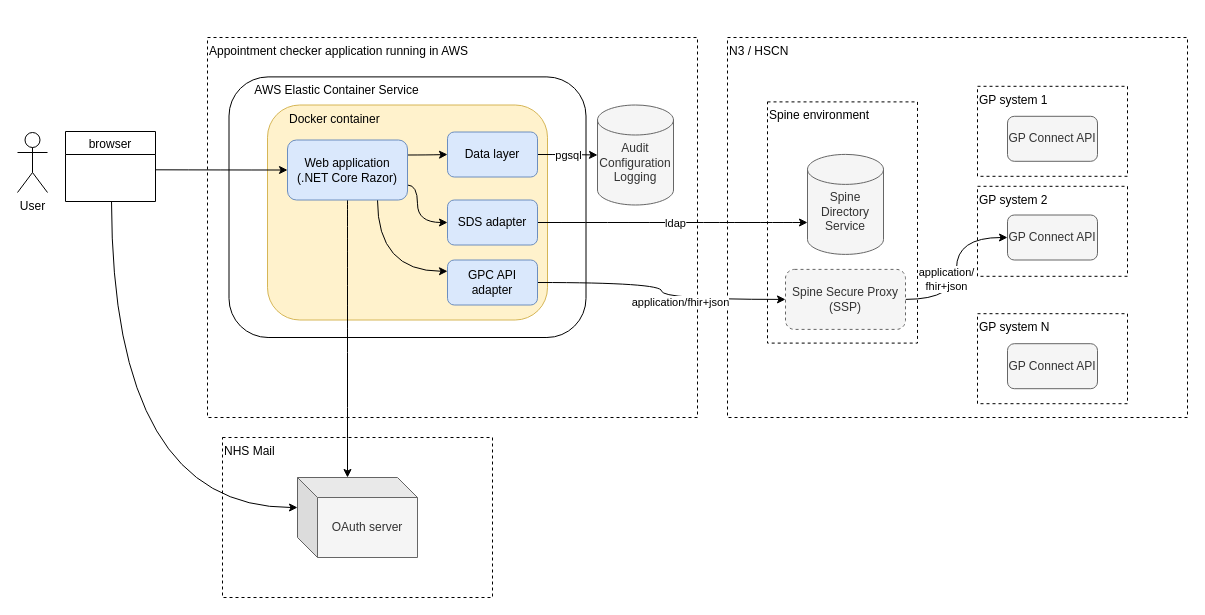
This is documentation/gpc-appointment-checker-high-level-architecture.drawio from nhsconnect/gpconnect-appointment-checker, a draw.io file, before an edit. Source tidied: cells renumbered, new cells numbered last; positions are measured from the earlier drawing's top-left corner, leaving out a move shared by most shapes. Both pictures are drawn from the tidied source at 100%, with x=0, y=0 at pixel (17, 37).
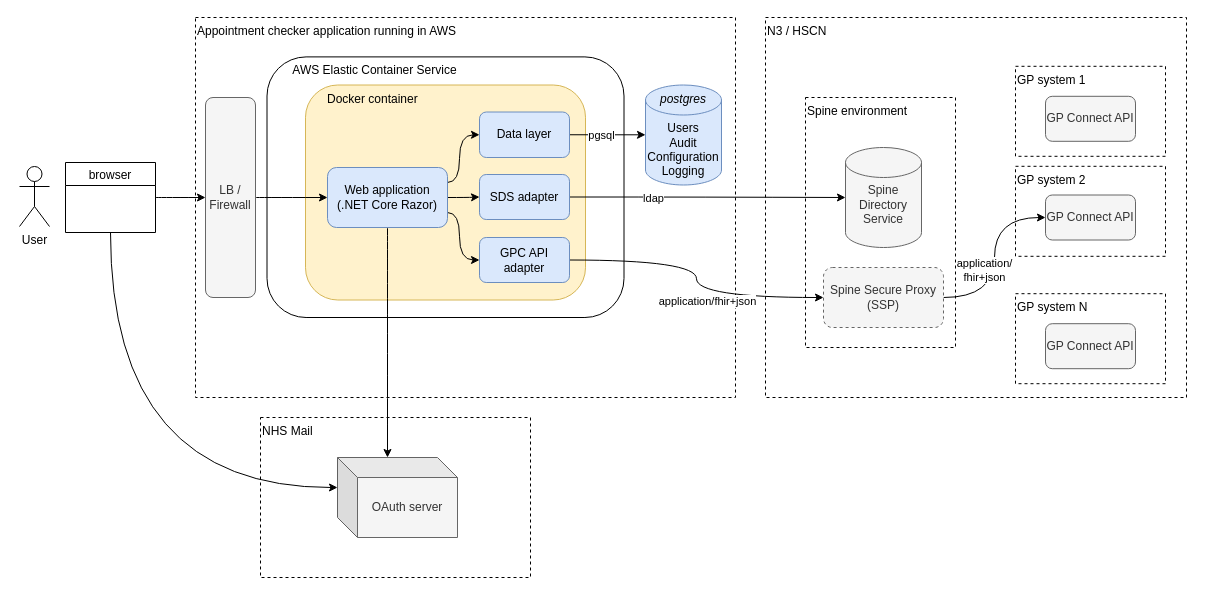
The same diagram, later.

Commit message (it also covers changes not shown here):
Update high level architecture

The change refers to these unchanged cells:
```xml
<mxCell id="25" value="&lt;br&gt;Spine Directory Service" style="shape=cylinder2;whiteSpace=wrap;html=1;boundedLbl=1;backgroundOutline=1;size=15;align=center;fillColor=#f5f5f5;strokeColor=#666666;fontColor=#333333;" parent="24" vertex="1">
  <mxGeometry width="76" height="100" as="geometry" />
</mxCell>
```

Diff of the diagram source:
```diff
@@
+    <mxCell id="38" value="&amp;nbsp; &amp;nbsp; &amp;nbsp; &amp;nbsp;AWS Elastic Container Service" style="rounded=1;whiteSpace=wrap;html=1;fillColor=none;verticalAlign=top;align=left;" parent="1" vertex="1">
+      <mxGeometry x="249.5" y="19.4" width="357" height="260.6" as="geometry" />
+    </mxCell>
     <mxCell id="2" value="Appointment checker application running in AWS" style="rounded=0;whiteSpace=wrap;html=1;verticalAlign=top;align=left;dashed=1;fillColor=none;" parent="1" vertex="1">
-      <mxGeometry x="190" width="490" height="380" as="geometry" />
+      <mxGeometry x="178" y="-20" width="540" height="380" as="geometry" />
     </mxCell>
     <mxCell id="3" value="N3 / HSCN" style="rounded=0;whiteSpace=wrap;html=1;verticalAlign=top;align=left;dashed=1;fillColor=none;" parent="1" vertex="1">
-      <mxGeometry x="710" width="460" height="380" as="geometry" />
+      <mxGeometry x="748" y="-20" width="421" height="380" as="geometry" />
     </mxCell>
     <mxCell id="4" value="&amp;nbsp; &amp;nbsp; &amp;nbsp; Docker container" style="rounded=1;whiteSpace=wrap;html=1;align=left;verticalAlign=top;fillColor=#fff2cc;strokeColor=#d6b656;" parent="1" vertex="1">
-      <mxGeometry x="250" y="67.5" width="280" height="215" as="geometry" />
+      <mxGeometry x="288" y="47.5" width="280" height="215" as="geometry" />
     </mxCell>
-    <mxCell id="5" style="edgeStyle=orthogonalEdgeStyle;curved=1;jettySize=auto;html=1;exitX=0;exitY=0.5;exitDx=0;exitDy=0;endArrow=none;endFill=0;strokeColor=#000000;startArrow=classic;startFill=1;" parent="1" edge="1" source="10">
-      <mxGeometry relative="1" as="geometry">
-        <mxPoint x="138" y="132.3" as="targetPoint" />
-      </mxGeometry>
-    </mxCell>
@@
+    <mxCell id="9" style="edgeStyle=orthogonalEdgeStyle;curved=1;jettySize=auto;html=1;exitX=1;exitY=0.25;exitDx=0;exitDy=0;entryX=0;entryY=0.5;entryDx=0;entryDy=0;" parent="1" edge="1" source="10" target="13">
+      <mxGeometry relative="1" as="geometry">
+        <Array as="points">
+          <mxPoint x="442" y="145" />
+          <mxPoint x="442" y="97" />
+        </Array>
+      </mxGeometry>
+    </mxCell>
+    <mxCell id="8" style="edgeStyle=orthogonalEdgeStyle;curved=1;jettySize=auto;html=1;exitX=1;exitY=0.5;exitDx=0;exitDy=0;" parent="1" edge="1" source="10" target="16">
+      <mxGeometry relative="1" as="geometry" />
+    </mxCell>
-    <mxCell id="7" style="edgeStyle=orthogonalEdgeStyle;curved=1;jettySize=auto;html=1;exitX=0.75;exitY=1;exitDx=0;exitDy=0;entryX=0;entryY=0.25;entryDx=0;entryDy=0;startArrow=none;startFill=0;endArrow=classic;endFill=1;strokeColor=#000000;" parent="1" edge="1" source="10" target="19">
-      <mxGeometry relative="1" as="geometry" />
+    <mxCell id="7" style="edgeStyle=orthogonalEdgeStyle;curved=1;jettySize=auto;html=1;exitX=1;exitY=0.75;exitDx=0;exitDy=0;entryX=0;entryY=0.5;entryDx=0;entryDy=0;" parent="1" edge="1" source="10" target="19">
+      <mxGeometry relative="1" as="geometry">
+        <Array as="points">
+          <mxPoint x="442" y="175" />
+          <mxPoint x="442" y="223" />
+        </Array>
+      </mxGeometry>
     </mxCell>
-    <mxCell id="8" style="edgeStyle=orthogonalEdgeStyle;curved=1;jettySize=auto;html=1;exitX=1;exitY=0.75;exitDx=0;exitDy=0;startArrow=none;startFill=0;endArrow=classic;endFill=1;strokeColor=#000000;" parent="1" edge="1" source="10" target="16">
-      <mxGeometry relative="1" as="geometry">
-        <Array as="points">
-          <mxPoint x="400" y="148" />
-          <mxPoint x="400" y="185" />
-        </Array>
-      </mxGeometry>
-    </mxCell>
-    <mxCell id="9" style="edgeStyle=orthogonalEdgeStyle;curved=1;jettySize=auto;html=1;exitX=1;exitY=0.25;exitDx=0;exitDy=0;startArrow=none;startFill=0;endArrow=classic;endFill=1;strokeColor=#000000;" parent="1" edge="1" source="10" target="13">
-      <mxGeometry relative="1" as="geometry" />
-    </mxCell>
     <mxCell id="10" value="Web application&lt;br&gt;(.NET Core Razor)" style="rounded=1;whiteSpace=wrap;html=1;align=center;fillColor=#dae8fc;strokeColor=#6c8ebf;" parent="1" vertex="1">
-      <mxGeometry x="270" y="102.5" width="120" height="60" as="geometry" />
+      <mxGeometry x="310" y="130" width="120" height="60" as="geometry" />
     </mxCell>
     <mxCell id="11" style="edgeStyle=orthogonalEdgeStyle;curved=1;jettySize=auto;html=1;exitX=1;exitY=0.5;exitDx=0;exitDy=0;" parent="1" edge="1" source="13" target="36">
-      <mxGeometry relative="1" as="geometry" />
+      <mxGeometry relative="1" as="geometry">
+        <Array as="points">
+          <mxPoint x="588" y="97" />
+          <mxPoint x="588" y="98" />
+        </Array>
+      </mxGeometry>
     </mxCell>
     <mxCell id="12" value="pgsql" style="edgeLabel;html=1;align=center;verticalAlign=middle;" parent="11" vertex="1">
       <mxGeometry x="-0.23" y="-2" relative="1" as="geometry">
-        <mxPoint x="7" y="-2" as="offset" />
+        <mxPoint x="3" y="-2" as="offset" />
       </mxGeometry>
     </mxCell>
     <mxCell id="13" value="Data layer" style="rounded=1;whiteSpace=wrap;html=1;align=center;fillColor=#dae8fc;strokeColor=#6c8ebf;" parent="1" vertex="1">
-      <mxGeometry x="430" y="94.5" width="90" height="45" as="geometry" />
+      <mxGeometry x="462" y="74.5" width="90" height="45.5" as="geometry" />
     </mxCell>
-    <mxCell id="14" style="edgeStyle=orthogonalEdgeStyle;curved=1;jettySize=auto;html=1;exitX=1;exitY=0.5;exitDx=0;exitDy=0;startArrow=none;startFill=0;endArrow=classic;endFill=1;strokeColor=#000000;" parent="1" edge="1" source="16" target="25">
-      <mxGeometry relative="1" as="geometry">
-        <Array as="points">
-          <mxPoint x="720" y="185" />
-          <mxPoint x="720" y="185" />
-        </Array>
-      </mxGeometry>
+    <mxCell id="14" style="edgeStyle=orthogonalEdgeStyle;curved=1;jettySize=auto;html=1;exitX=1;exitY=0.5;exitDx=0;exitDy=0;" parent="1" edge="1" source="16" target="25">
+      <mxGeometry relative="1" as="geometry" />
     </mxCell>
     <mxCell id="15" value="ldap" style="edgeLabel;html=1;align=center;verticalAlign=middle;" parent="14" vertex="1">
-      <mxGeometry x="0.36" y="-3" relative="1" as="geometry">
-        <mxPoint x="-47" y="-3" as="offset" />
+      <mxGeometry y="-55" relative="1" as="geometry">
+        <mxPoint y="1" as="offset" />
       </mxGeometry>
     </mxCell>
     <mxCell id="16" value="SDS adapter" style="rounded=1;whiteSpace=wrap;html=1;align=center;fillColor=#dae8fc;strokeColor=#6c8ebf;" parent="1" vertex="1">
-      <mxGeometry x="430" y="162.5" width="90" height="45" as="geometry" />
+      <mxGeometry x="462" y="137" width="90" height="45" as="geometry" />
     </mxCell>
@@
     <mxCell id="19" value="GPC API adapter" style="rounded=1;whiteSpace=wrap;html=1;align=center;fillColor=#dae8fc;strokeColor=#6c8ebf;" parent="1" vertex="1">
-      <mxGeometry x="430" y="222.5" width="90" height="45" as="geometry" />
+      <mxGeometry x="462" y="200" width="90" height="45" as="geometry" />
     </mxCell>
     <mxCell id="20" value="Spine environment" style="rounded=0;whiteSpace=wrap;html=1;verticalAlign=top;align=left;dashed=1;fillColor=none;" parent="1" vertex="1">
-      <mxGeometry x="750" y="64.4" width="150" height="241.2" as="geometry" />
+      <mxGeometry x="788" y="60" width="150" height="250" as="geometry" />
     </mxCell>
@@
     <mxCell id="23" value="Spine Secure Proxy&lt;br&gt;(SSP)" style="rounded=1;whiteSpace=wrap;html=1;dashed=1;fillColor=#f5f5f5;align=center;strokeColor=#666666;fontColor=#333333;" parent="1" vertex="1">
-      <mxGeometry x="768" y="231.9" width="120" height="60" as="geometry" />
+      <mxGeometry x="806" y="230" width="120" height="60" as="geometry" />
     </mxCell>
     <mxCell id="24" style="group;" parent="1" vertex="1">
-      <mxGeometry x="790" y="116.9" width="76" height="100" as="geometry" />
+      <mxGeometry x="828" y="110" width="76" height="100" as="geometry" />
     </mxCell>
@@
     <mxCell id="26" value="GP system 1" style="rounded=0;whiteSpace=wrap;html=1;verticalAlign=top;align=left;dashed=1;fillColor=none;" parent="1" vertex="1">
-      <mxGeometry x="960" y="48.8" width="150" height="90" as="geometry" />
+      <mxGeometry x="998" y="28.8" width="150" height="90" as="geometry" />
     </mxCell>
     <mxCell id="27" value="GP system 2" style="rounded=0;whiteSpace=wrap;html=1;verticalAlign=top;align=left;dashed=1;fillColor=none;" parent="1" vertex="1">
-      <mxGeometry x="960" y="148.8" width="150" height="90" as="geometry" />
+      <mxGeometry x="998" y="128.8" width="150" height="90" as="geometry" />
     </mxCell>
     <mxCell id="28" value="GP system N" style="rounded=0;whiteSpace=wrap;html=1;verticalAlign=top;align=left;dashed=1;fillColor=none;" parent="1" vertex="1">
-      <mxGeometry x="960" y="276.2" width="150" height="90" as="geometry" />
+      <mxGeometry x="998" y="256.2" width="150" height="90" as="geometry" />
     </mxCell>
     <mxCell id="29" value="GP Connect API" style="rounded=1;whiteSpace=wrap;html=1;align=center;fillColor=#f5f5f5;strokeColor=#666666;fontColor=#333333;" parent="1" vertex="1">
-      <mxGeometry x="990" y="78.8" width="90" height="45" as="geometry" />
+      <mxGeometry x="1028" y="58.8" width="90" height="45" as="geometry" />
     </mxCell>
     <mxCell id="30" value="GP Connect API" style="rounded=1;whiteSpace=wrap;html=1;align=center;fillColor=#f5f5f5;strokeColor=#666666;fontColor=#333333;" parent="1" vertex="1">
-      <mxGeometry x="990" y="177.5" width="90" height="45" as="geometry" />
+      <mxGeometry x="1028" y="157.5" width="90" height="45" as="geometry" />
     </mxCell>
     <mxCell id="31" value="GP Connect API" style="rounded=1;whiteSpace=wrap;html=1;align=center;fillColor=#f5f5f5;strokeColor=#666666;fontColor=#333333;" parent="1" vertex="1">
-      <mxGeometry x="990" y="306.2" width="90" height="45" as="geometry" />
+      <mxGeometry x="1028" y="286.2" width="90" height="45" as="geometry" />
     </mxCell>
     <mxCell id="32" value="User" style="shape=umlActor;verticalLabelPosition=bottom;verticalAlign=top;html=1;fillColor=none;align=center;" parent="1" vertex="1">
-      <mxGeometry y="95" width="30" height="60" as="geometry" />
+      <mxGeometry x="2" y="129" width="30" height="60" as="geometry" />
     </mxCell>
     <mxCell id="33" value="NHS Mail" style="rounded=0;whiteSpace=wrap;html=1;verticalAlign=top;align=left;dashed=1;fillColor=none;" parent="1" vertex="1">
-      <mxGeometry x="205" y="400" width="270" height="160" as="geometry" />
+      <mxGeometry x="243" y="380" width="270" height="160" as="geometry" />
     </mxCell>
-    <mxCell id="34" style="edgeStyle=orthogonalEdgeStyle;curved=1;jettySize=auto;html=1;exitX=0;exitY=0;exitDx=0;exitDy=30;exitPerimeter=0;startArrow=classic;startFill=1;endArrow=none;endFill=0;strokeColor=#000000;" parent="1" edge="1" source="35">
-      <mxGeometry relative="1" as="geometry">
-        <mxPoint x="94" y="163.5" as="targetPoint" />
-      </mxGeometry>
+    <mxCell id="34" style="edgeStyle=orthogonalEdgeStyle;curved=1;jettySize=auto;html=1;exitX=0;exitY=0;exitDx=0;exitDy=30;exitPerimeter=0;startArrow=classic;startFill=1;endArrow=none;endFill=0;strokeColor=#000000;entryX=0.5;entryY=1;entryDx=0;entryDy=0;" parent="1" edge="1" source="35" target="37">
+      <mxGeometry relative="1" as="geometry" />
     </mxCell>
     <mxCell id="35" value="OAuth server" style="shape=cube;whiteSpace=wrap;html=1;boundedLbl=1;backgroundOutline=1;darkOpacity=0.05;darkOpacity2=0.1;strokeColor=#666666;fillColor=#f5f5f5;align=center;fontColor=#333333;" parent="1" vertex="1">
-      <mxGeometry x="280" y="440" width="120" height="80" as="geometry" />
+      <mxGeometry x="320" y="420" width="120" height="80" as="geometry" />
     </mxCell>
-    <mxCell id="36" value="&lt;br&gt;Audit&lt;br&gt;Configuration&lt;br&gt;Logging&lt;br&gt;" style="shape=cylinder2;whiteSpace=wrap;html=1;boundedLbl=1;backgroundOutline=1;size=15;align=center;fillColor=#f5f5f5;strokeColor=#666666;fontColor=#333333;" parent="1" vertex="1">
-      <mxGeometry x="580" y="67.5" width="76" height="100" as="geometry" />
+    <mxCell id="36" value="&lt;i&gt;postgres&lt;/i&gt;&lt;br&gt;&lt;br&gt;Users&lt;br&gt;Audit&lt;br&gt;Configuration&lt;br&gt;Logging" style="shape=cylinder2;whiteSpace=wrap;html=1;boundedLbl=1;backgroundOutline=1;size=15;align=center;fillColor=#dae8fc;strokeColor=#6c8ebf;" parent="1" vertex="1">
+      <mxGeometry x="628" y="47.5" width="76" height="100" as="geometry" />
     </mxCell>
+    <mxCell id="39" style="edgeStyle=orthogonalEdgeStyle;curved=1;jettySize=auto;html=1;exitX=1;exitY=0.5;exitDx=0;exitDy=0;" parent="1" edge="1" source="37" target="41">
+      <mxGeometry relative="1" as="geometry" />
+    </mxCell>
     <mxCell id="37" value="browser" style="swimlane;strokeColor=#000000;fillColor=none;align=center;fontStyle=0;" parent="1" vertex="1">
-      <mxGeometry x="48" y="94" width="90" height="70" as="geometry" />
+      <mxGeometry x="48" y="125" width="90" height="70" as="geometry" />
     </mxCell>
-    <mxCell id="38" value="&amp;nbsp; &amp;nbsp; &amp;nbsp; &amp;nbsp;AWS Elastic Container Service" style="rounded=1;whiteSpace=wrap;html=1;fillColor=none;verticalAlign=top;align=left;" parent="1" vertex="1">
-      <mxGeometry x="211.5" y="39.4" width="357" height="260.6" as="geometry" />
-    </mxCell>
+    <mxCell id="40" style="edgeStyle=orthogonalEdgeStyle;curved=1;jettySize=auto;html=1;exitX=1;exitY=0.5;exitDx=0;exitDy=0;" parent="1" edge="1" source="41" target="10">
+      <mxGeometry relative="1" as="geometry" />
+    </mxCell>
+    <mxCell id="41" value="LB&amp;nbsp;/ Firewall" style="rounded=1;whiteSpace=wrap;html=1;fillColor=#f5f5f5;strokeColor=#666666;fontColor=#333333;" parent="1" vertex="1">
+      <mxGeometry x="188" y="60" width="50" height="200" as="geometry" />
+    </mxCell>
```
